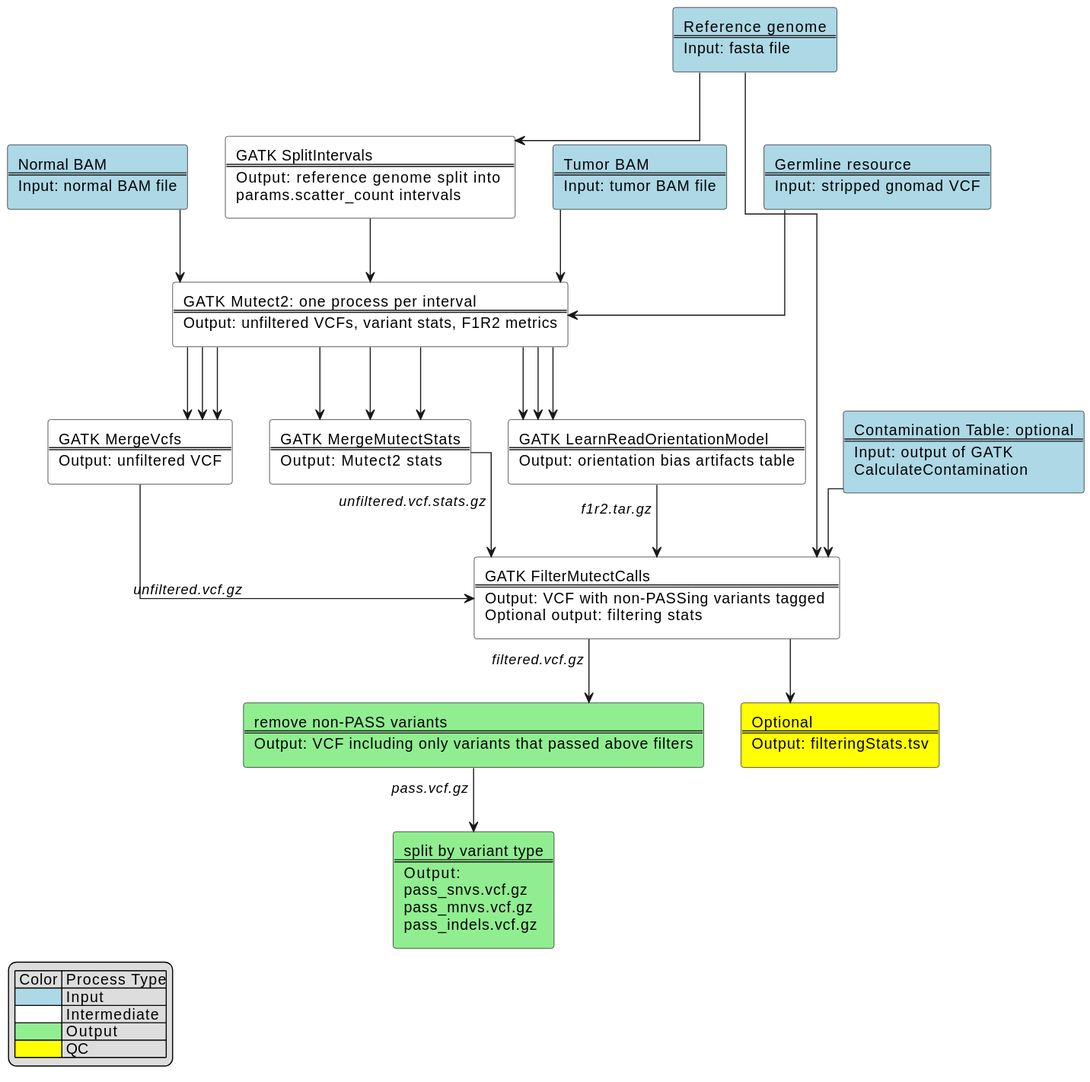
The PlantUML diagram docs/mutect2_chart.svg in uclahs-cds/pipeline-call-sSNV, before a commit.
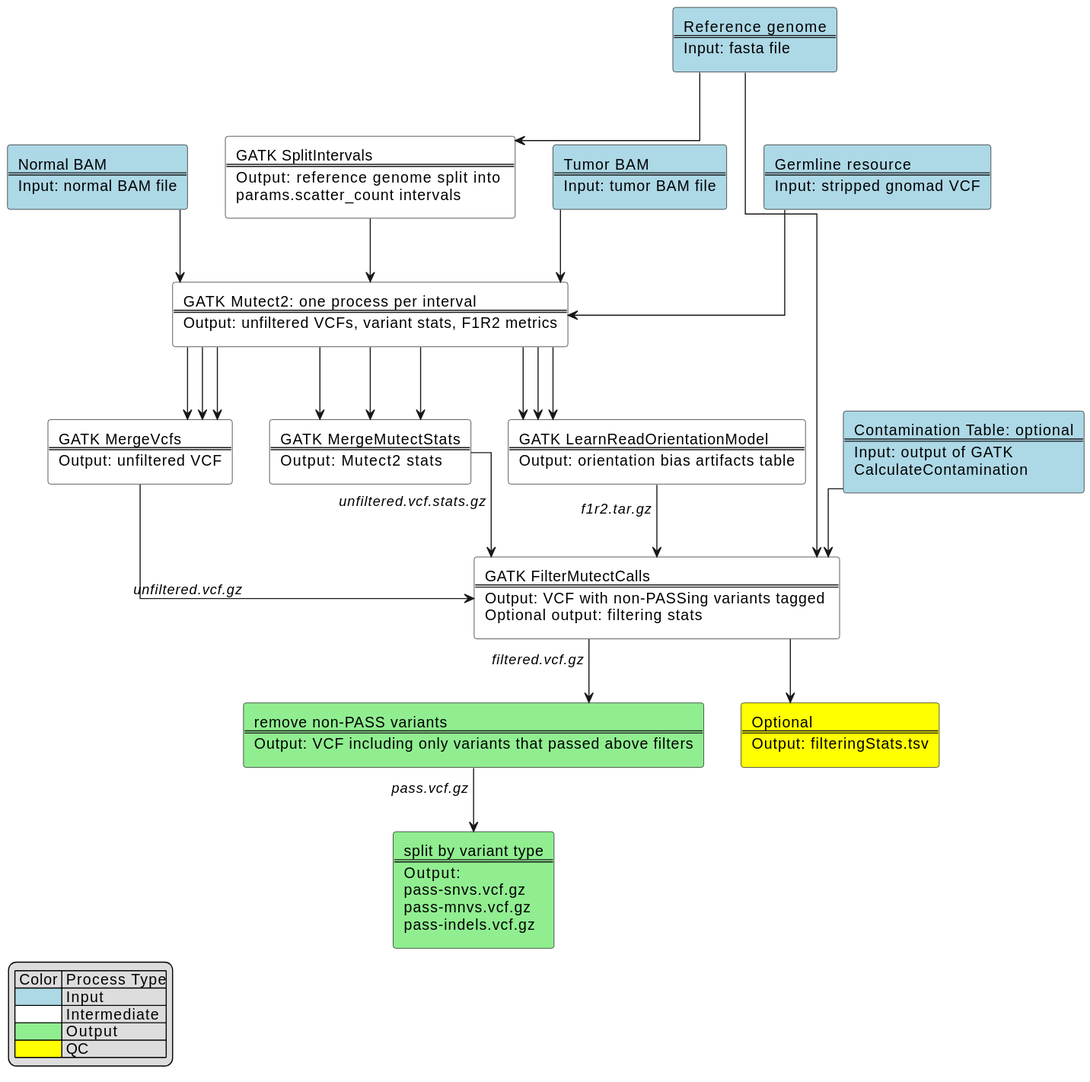
Later version of the same file.

The edit, as a diff of the source:
```diff
@@ -22,7 +22,7 @@
 $intermediate_process(gatk_learnReadOrientation, 'GATK LearnReadOrientationModel', 'Output: orientation bias artifacts table')
 $intermediate_process(mutect2_filterCalls, 'GATK FilterMutectCalls', 'Output: VCF with non-PASSing variants tagged %newline()Optional output: filtering stats')
 $output_process(bcftools_filterVCF, 'remove non-PASS variants', 'Output: VCF including only variants that passed above filters')
-$output_process(bcftools_splitVCF, 'split by variant type', 'Output: %newline()pass_snvs.vcf.gz %newline()pass_mnvs.vcf.gz %newline()pass_indels.vcf.gz')
+$output_process(bcftools_splitVCF, 'split by variant type', 'Output: %newline()pass-snvs.vcf.gz %newline()pass-mnvs.vcf.gz %newline()pass-indels.vcf.gz')
 $qc_process(gatk_filteringStats, 'Optional', 'Output: filteringStats.tsv')
 
 reference_genome -d-> gatk_splitIntervals
```
